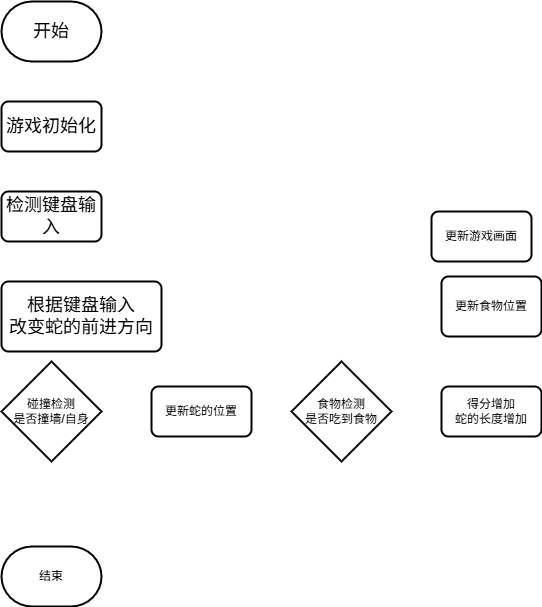
Above: game_total.png in maple-m117/bysj_etc. (draw.io), before the change. Source tidied: cells renumbered, new cells last; positions are measured from the earlier drawing's top-left corner, leaving out a move shared by most shapes.
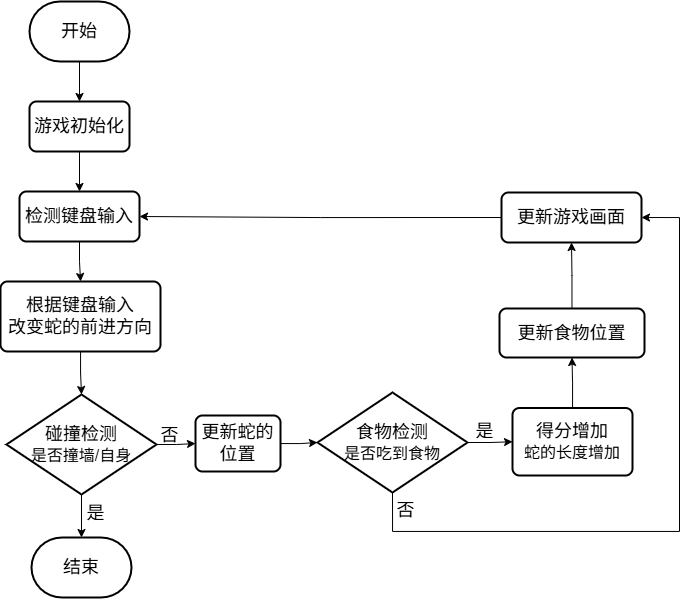
Later version of the same file.

Change to the diagram source:
```diff
@@ -2,38 +2,92 @@
   <root>
     <mxCell id="0" />
     <mxCell id="1" parent="0" />
+    <mxCell id="13" style="edgeStyle=orthogonalEdgeStyle;rounded=0;jettySize=auto;html=1;" parent="1" edge="1" source="2" target="3">
+      <mxGeometry relative="1" as="geometry" />
+    </mxCell>
     <mxCell id="2" value="&lt;font style=&quot;font-size: 18px;&quot;&gt;开始&lt;/font&gt;" style="strokeWidth=2;html=1;shape=mxgraph.flowchart.terminator;whiteSpace=wrap;" parent="1" vertex="1">
       <mxGeometry width="100" height="60" as="geometry" />
     </mxCell>
+    <mxCell id="14" style="edgeStyle=orthogonalEdgeStyle;rounded=0;jettySize=auto;html=1;" parent="1" edge="1" source="3" target="4">
+      <mxGeometry relative="1" as="geometry" />
+    </mxCell>
     <mxCell id="3" value="&lt;font style=&quot;font-size: 18px;&quot;&gt;游戏初始化&lt;/font&gt;" style="rounded=1;whiteSpace=wrap;html=1;absoluteArcSize=1;arcSize=14;strokeWidth=2;" parent="1" vertex="1">
       <mxGeometry y="100" width="100" height="50" as="geometry" />
     </mxCell>
+    <mxCell id="15" style="edgeStyle=orthogonalEdgeStyle;rounded=0;jettySize=auto;html=1;" parent="1" edge="1" source="4" target="5">
+      <mxGeometry relative="1" as="geometry" />
+    </mxCell>
     <mxCell id="4" value="&lt;font style=&quot;font-size: 18px;&quot;&gt;检测键盘输入&lt;/font&gt;" style="rounded=1;whiteSpace=wrap;html=1;absoluteArcSize=1;arcSize=14;strokeWidth=2;" parent="1" vertex="1">
-      <mxGeometry y="190" width="100" height="50" as="geometry" />
+      <mxGeometry x="-10" y="190" width="120" height="50" as="geometry" />
     </mxCell>
+    <mxCell id="16" style="edgeStyle=orthogonalEdgeStyle;rounded=0;jettySize=auto;html=1;" parent="1" edge="1" source="5" target="7">
+      <mxGeometry relative="1" as="geometry" />
+    </mxCell>
     <mxCell id="5" value="&lt;font style=&quot;font-size: 18px;&quot;&gt;根据键盘输入&lt;/font&gt;&lt;div&gt;&lt;font style=&quot;font-size: 18px;&quot;&gt;改变蛇的前进方向&lt;/font&gt;&lt;/div&gt;" style="rounded=1;whiteSpace=wrap;html=1;absoluteArcSize=1;arcSize=14;strokeWidth=2;" parent="1" vertex="1">
-      <mxGeometry y="280" width="160" height="70" as="geometry" />
+      <mxGeometry x="-29" y="280" width="160" height="70" as="geometry" />
     </mxCell>
+    <mxCell id="17" style="edgeStyle=orthogonalEdgeStyle;rounded=0;jettySize=auto;html=1;" parent="1" edge="1" source="6" target="8">
+      <mxGeometry relative="1" as="geometry" />
+    </mxCell>
-    <mxCell id="6" value="更新蛇的位置" style="rounded=1;whiteSpace=wrap;html=1;absoluteArcSize=1;arcSize=14;strokeWidth=2;" parent="1" vertex="1">
-      <mxGeometry x="150" y="385" width="100" height="50" as="geometry" />
+    <mxCell id="6" value="&lt;font style=&quot;font-size: 18px;&quot;&gt;更新蛇的位置&lt;/font&gt;" style="rounded=1;whiteSpace=wrap;html=1;absoluteArcSize=1;arcSize=14;strokeWidth=2;" parent="1" vertex="1">
+      <mxGeometry x="166" y="414" width="85" height="56" as="geometry" />
     </mxCell>
+    <mxCell id="18" style="edgeStyle=orthogonalEdgeStyle;rounded=0;jettySize=auto;html=1;" parent="1" edge="1" source="7" target="12">
+      <mxGeometry relative="1" as="geometry" />
+    </mxCell>
+    <mxCell id="19" style="edgeStyle=orthogonalEdgeStyle;rounded=0;jettySize=auto;html=1;" parent="1" edge="1" source="7" target="6">
+      <mxGeometry relative="1" as="geometry" />
+    </mxCell>
-    <mxCell id="7" value="碰撞检测&lt;div&gt;是否撞墙/自身&lt;/div&gt;" style="strokeWidth=2;html=1;shape=mxgraph.flowchart.decision;whiteSpace=wrap;" parent="1" vertex="1">
-      <mxGeometry y="360" width="100" height="100" as="geometry" />
+    <mxCell id="7" value="&lt;font style=&quot;font-size: 18px;&quot;&gt;碰撞检测&lt;/font&gt;&lt;div&gt;&lt;font size=&quot;3&quot;&gt;是否撞墙/自身&lt;/font&gt;&lt;/div&gt;" style="strokeWidth=2;html=1;shape=mxgraph.flowchart.decision;whiteSpace=wrap;" parent="1" vertex="1">
+      <mxGeometry x="-23" y="393" width="150" height="100" as="geometry" />
     </mxCell>
+    <mxCell id="20" style="edgeStyle=orthogonalEdgeStyle;rounded=0;jettySize=auto;html=1;" parent="1" edge="1" source="8" target="9">
+      <mxGeometry relative="1" as="geometry" />
+    </mxCell>
+    <mxCell id="21" style="edgeStyle=orthogonalEdgeStyle;rounded=0;jettySize=auto;html=1;exitX=0.5;exitY=1;exitDx=0;exitDy=0;exitPerimeter=0;entryX=1;entryY=0.5;entryDx=0;entryDy=0;" parent="1" edge="1" source="8" target="11">
+      <mxGeometry relative="1" as="geometry">
+        <Array as="points">
+          <mxPoint x="362" y="530" />
+          <mxPoint x="650" y="530" />
+          <mxPoint x="650" y="235" />
+        </Array>
+      </mxGeometry>
+    </mxCell>
-    <mxCell id="8" value="食物检测&lt;div&gt;是否吃到食物&lt;/div&gt;" style="strokeWidth=2;html=1;shape=mxgraph.flowchart.decision;whiteSpace=wrap;" parent="1" vertex="1">
-      <mxGeometry x="290" y="360" width="100" height="100" as="geometry" />
+    <mxCell id="8" value="&lt;font style=&quot;font-size: 18px;&quot;&gt;食物检测&lt;/font&gt;&lt;div&gt;&lt;font size=&quot;3&quot;&gt;是否吃到食物&lt;/font&gt;&lt;/div&gt;" style="strokeWidth=2;html=1;shape=mxgraph.flowchart.decision;whiteSpace=wrap;" parent="1" vertex="1">
+      <mxGeometry x="288" y="391" width="150" height="100" as="geometry" />
     </mxCell>
+    <mxCell id="22" style="edgeStyle=orthogonalEdgeStyle;rounded=0;jettySize=auto;html=1;" parent="1" edge="1" source="9" target="10">
+      <mxGeometry relative="1" as="geometry" />
+    </mxCell>
-    <mxCell id="9" value="得分增加&lt;div&gt;蛇的长度增加&lt;/div&gt;" style="rounded=1;whiteSpace=wrap;html=1;absoluteArcSize=1;arcSize=14;strokeWidth=2;" parent="1" vertex="1">
-      <mxGeometry x="440" y="385" width="100" height="50" as="geometry" />
+    <mxCell id="9" value="&lt;font style=&quot;font-size: 18px;&quot;&gt;得分增加&lt;/font&gt;&lt;div&gt;&lt;font size=&quot;3&quot;&gt;蛇的长度增加&lt;/font&gt;&lt;/div&gt;" style="rounded=1;whiteSpace=wrap;html=1;absoluteArcSize=1;arcSize=14;strokeWidth=2;" parent="1" vertex="1">
+      <mxGeometry x="483" y="406.5" width="120" height="67.5" as="geometry" />
     </mxCell>
+    <mxCell id="23" style="edgeStyle=orthogonalEdgeStyle;rounded=0;jettySize=auto;html=1;" parent="1" edge="1" source="10" target="11">
+      <mxGeometry relative="1" as="geometry" />
+    </mxCell>
-    <mxCell id="10" value="更新食物位置" style="rounded=1;whiteSpace=wrap;html=1;absoluteArcSize=1;arcSize=14;strokeWidth=2;" parent="1" vertex="1">
-      <mxGeometry x="440" y="275" width="100" height="60" as="geometry" />
+    <mxCell id="10" value="&lt;font style=&quot;font-size: 18px;&quot;&gt;更新食物位置&lt;/font&gt;" style="rounded=1;whiteSpace=wrap;html=1;absoluteArcSize=1;arcSize=14;strokeWidth=2;" parent="1" vertex="1">
+      <mxGeometry x="470" y="307" width="145" height="49" as="geometry" />
     </mxCell>
+    <mxCell id="24" style="edgeStyle=orthogonalEdgeStyle;rounded=0;jettySize=auto;html=1;exitX=0;exitY=0.5;exitDx=0;exitDy=0;entryX=1;entryY=0.5;entryDx=0;entryDy=0;" parent="1" edge="1" source="11" target="4">
+      <mxGeometry relative="1" as="geometry" />
+    </mxCell>
-    <mxCell id="11" value="更新游戏画面" style="rounded=1;whiteSpace=wrap;html=1;absoluteArcSize=1;arcSize=14;strokeWidth=2;" parent="1" vertex="1">
-      <mxGeometry x="430" y="210" width="100" height="50" as="geometry" />
+    <mxCell id="11" value="&lt;font style=&quot;font-size: 18px;&quot;&gt;更新游戏画面&lt;/font&gt;" style="rounded=1;whiteSpace=wrap;html=1;absoluteArcSize=1;arcSize=14;strokeWidth=2;" parent="1" vertex="1">
+      <mxGeometry x="472" y="191" width="140" height="50" as="geometry" />
     </mxCell>
-    <mxCell id="12" value="结束" style="strokeWidth=2;html=1;shape=mxgraph.flowchart.terminator;whiteSpace=wrap;" parent="1" vertex="1">
-      <mxGeometry y="545" width="100" height="60" as="geometry" />
+    <mxCell id="12" value="&lt;font style=&quot;font-size: 18px;&quot;&gt;结束&lt;/font&gt;" style="strokeWidth=2;html=1;shape=mxgraph.flowchart.terminator;whiteSpace=wrap;" parent="1" vertex="1">
+      <mxGeometry x="2" y="536" width="100" height="60" as="geometry" />
     </mxCell>
+    <mxCell id="25" value="&lt;font style=&quot;font-size: 18px;&quot;&gt;是&lt;/font&gt;" style="text;html=1;align=center;verticalAlign=middle;strokeColor=none;fillColor=none;" parent="1" vertex="1">
+      <mxGeometry x="46" y="492" width="40" height="40" as="geometry" />
+    </mxCell>
+    <mxCell id="26" value="&lt;font style=&quot;font-size: 18px;&quot;&gt;否&lt;/font&gt;" style="text;html=1;align=center;verticalAlign=middle;strokeColor=none;fillColor=none;" parent="1" vertex="1">
+      <mxGeometry x="120" y="414" width="40" height="40" as="geometry" />
+    </mxCell>
+    <mxCell id="27" value="&lt;font style=&quot;font-size: 18px;&quot;&gt;否&lt;/font&gt;" style="text;html=1;align=center;verticalAlign=middle;strokeColor=none;fillColor=none;" parent="1" vertex="1">
+      <mxGeometry x="356" y="489" width="40" height="40" as="geometry" />
+    </mxCell>
+    <mxCell id="28" value="&lt;font style=&quot;font-size: 18px;&quot;&gt;是&lt;/font&gt;" style="text;html=1;align=center;verticalAlign=middle;strokeColor=none;fillColor=none;" parent="1" vertex="1">
+      <mxGeometry x="435" y="409.5" width="40" height="40" as="geometry" />
+    </mxCell>
   </root>
 </mxGraphModel>
```
